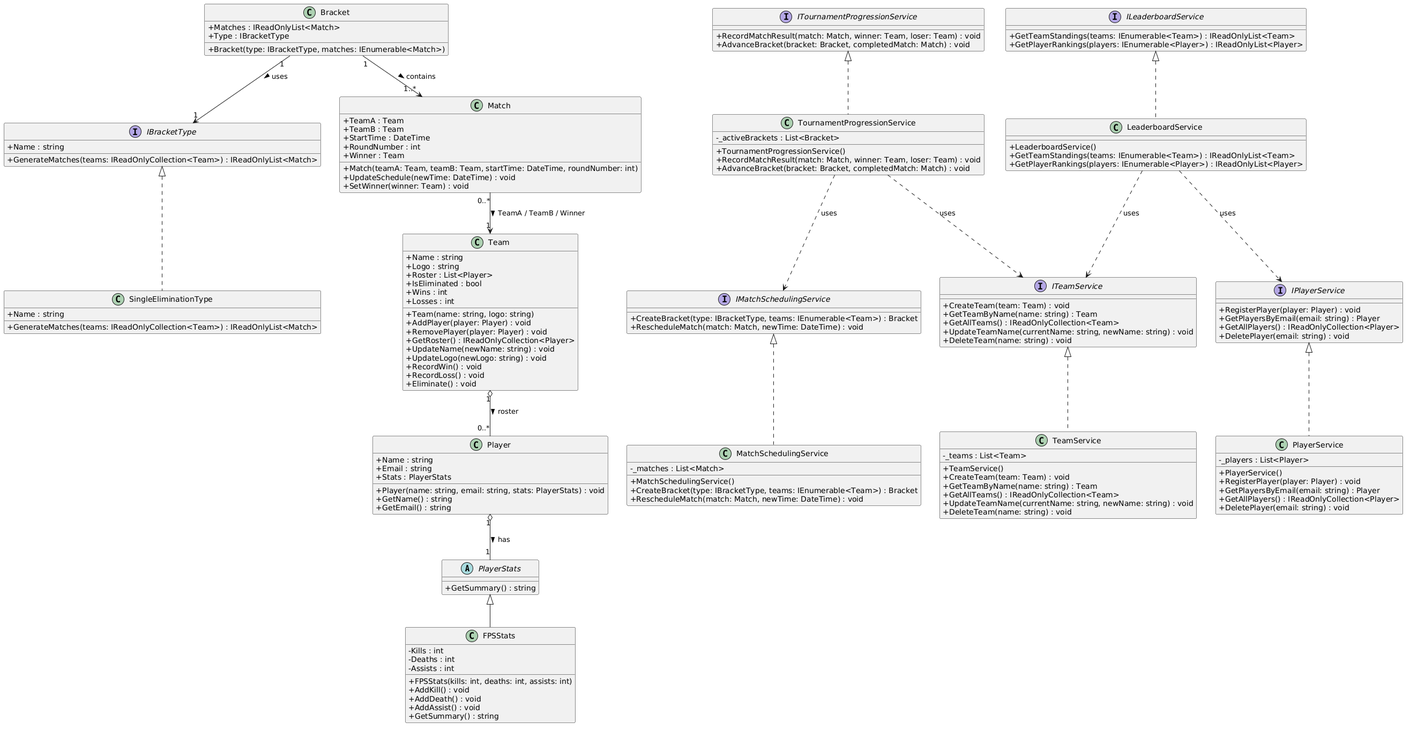
Above: Game-Bracket/Test2Memo_UML.png in linkevin03/Group-7-ITCS-3112 (PlantUML), before the change. Its diagram source:
```plantuml
@startuml
skinparam classAttributeIconSize 0

abstract class PlayerStats {
    + GetSummary() : string
}

class FPSStats {
    - Kills : int
    - Deaths : int
    - Assists : int
    + FPSStats(kills: int, deaths: int, assists: int)
    + AddKill() : void
    + AddDeath() : void
    + AddAssist() : void
    + GetSummary() : string
}

PlayerStats <|-- FPSStats

interface IBracketType {
    + Name : string
    + GenerateMatches(teams: IReadOnlyCollection<Team>) : IReadOnlyList<Match>
}

class SingleEliminationType {
    + Name : string
    + GenerateMatches(teams: IReadOnlyCollection<Team>) : IReadOnlyList<Match>
}

IBracketType <|.. SingleEliminationType

class Player {
    + Name : string
    + Email : string
    + Stats : PlayerStats
    + Player(name: string, email: string, stats: PlayerStats) : void
    + GetName() : string
    + GetEmail() : string
}

class Team {
    + Name : string
    + Logo : string
    + Roster : List<Player>
    + IsEliminated : bool
    + Wins : int
    + Losses : int
    + Team(name: string, logo: string)
    + AddPlayer(player: Player) : void
    + RemovePlayer(player: Player) : void
    + GetRoster() : IReadOnlyCollection<Player>
    + UpdateName(newName: string) : void
    + UpdateLogo(newLogo: string) : void
    + RecordWin() : void
    + RecordLoss() : void
    + Eliminate() : void
}

class Match {
    + TeamA : Team
    + TeamB : Team
    + StartTime : DateTime
    + RoundNumber : int
    + Winner : Team
    + Match(teamA: Team, teamB: Team, startTime: DateTime, roundNumber: int)
    + UpdateSchedule(newTime: DateTime) : void
    + SetWinner(winner: Team) : void
}

class Bracket {
    + Matches : IReadOnlyList<Match>
    + Type : IBracketType
    + Bracket(type: IBracketType, matches: IEnumerable<Match>)
}

interface ITeamService {
    + CreateTeam(team: Team) : void
    + GetTeamByName(name: string) : Team
    + GetAllTeams() : IReadOnlyCollection<Team>
    + UpdateTeamName(currentName: string, newName: string) : void
    + DeleteTeam(name: string) : void
}

class TeamService {
    - _teams : List<Team>
    + TeamService()
    + CreateTeam(team: Team) : void
    + GetTeamByName(name: string) : Team
    + GetAllTeams() : IReadOnlyCollection<Team>
    + UpdateTeamName(currentName: string, newName: string) : void
    + DeleteTeam(name: string) : void
}

ITeamService <|.. TeamService

interface IPlayerService {
    + RegisterPlayer(player: Player) : void
    + GetPlayersByEmail(email: string) : Player
    + GetAllPlayers() : IReadOnlyCollection<Player>
    + DeletePlayer(email: string) : void
}

class PlayerService {
    - _players : List<Player>
    + PlayerService()
    + RegisterPlayer(player: Player) : void
    + GetPlayersByEmail(email: string) : Player
    + GetAllPlayers() : IReadOnlyCollection<Player>
    + DeletePlayer(email: string) : void
}

IPlayerService <|.. PlayerService

interface IMatchSchedulingService {
    + CreateBracket(type: IBracketType, teams: IEnumerable<Team>) : Bracket
    + RescheduleMatch(match: Match, newTime: DateTime) : void
}

class MatchSchedulingService {
    - _matches : List<Match>
    + MatchSchedulingService()
    + CreateBracket(type: IBracketType, teams: IEnumerable<Team>) : Bracket
    + RescheduleMatch(match: Match, newTime: DateTime) : void
}

IMatchSchedulingService <|.. MatchSchedulingService

interface ITournamentProgressionService {
    + RecordMatchResult(match: Match, winner: Team, loser: Team) : void
    + AdvanceBracket(bracket: Bracket, completedMatch: Match) : void
}

class TournamentProgressionService {
    - _activeBrackets : List<Bracket>
    + TournamentProgressionService()
    + RecordMatchResult(match: Match, winner: Team, loser: Team) : void
    + AdvanceBracket(bracket: Bracket, completedMatch: Match) : void
}

ITournamentProgressionService <|.. TournamentProgressionService

interface ILeaderboardService {
    + GetTeamStandings(teams: IEnumerable<Team>) : IReadOnlyList<Team>
    + GetPlayerRankings(players: IEnumerable<Player>) : IReadOnlyList<Player>
}

class LeaderboardService {
    + LeaderboardService()
    + GetTeamStandings(teams: IEnumerable<Team>) : IReadOnlyList<Team>
    + GetPlayerRankings(players: IEnumerable<Player>) : IReadOnlyList<Player>
}

ILeaderboardService <|.. LeaderboardService

Player "1" o-- "1" PlayerStats : has >
Team "1" o-- "0..*" Player : roster >
Match "0..*" --> "1" Team : TeamA / TeamB / Winner >
Bracket "1" --> "1..*" Match : contains >
Bracket "1" --> "1" IBracketType : uses >

TournamentProgressionService ..> IMatchSchedulingService : uses
TournamentProgressionService ..> ITeamService : uses
LeaderboardService ..> ITeamService : uses
LeaderboardService ..> IPlayerService : uses
@enduml
```
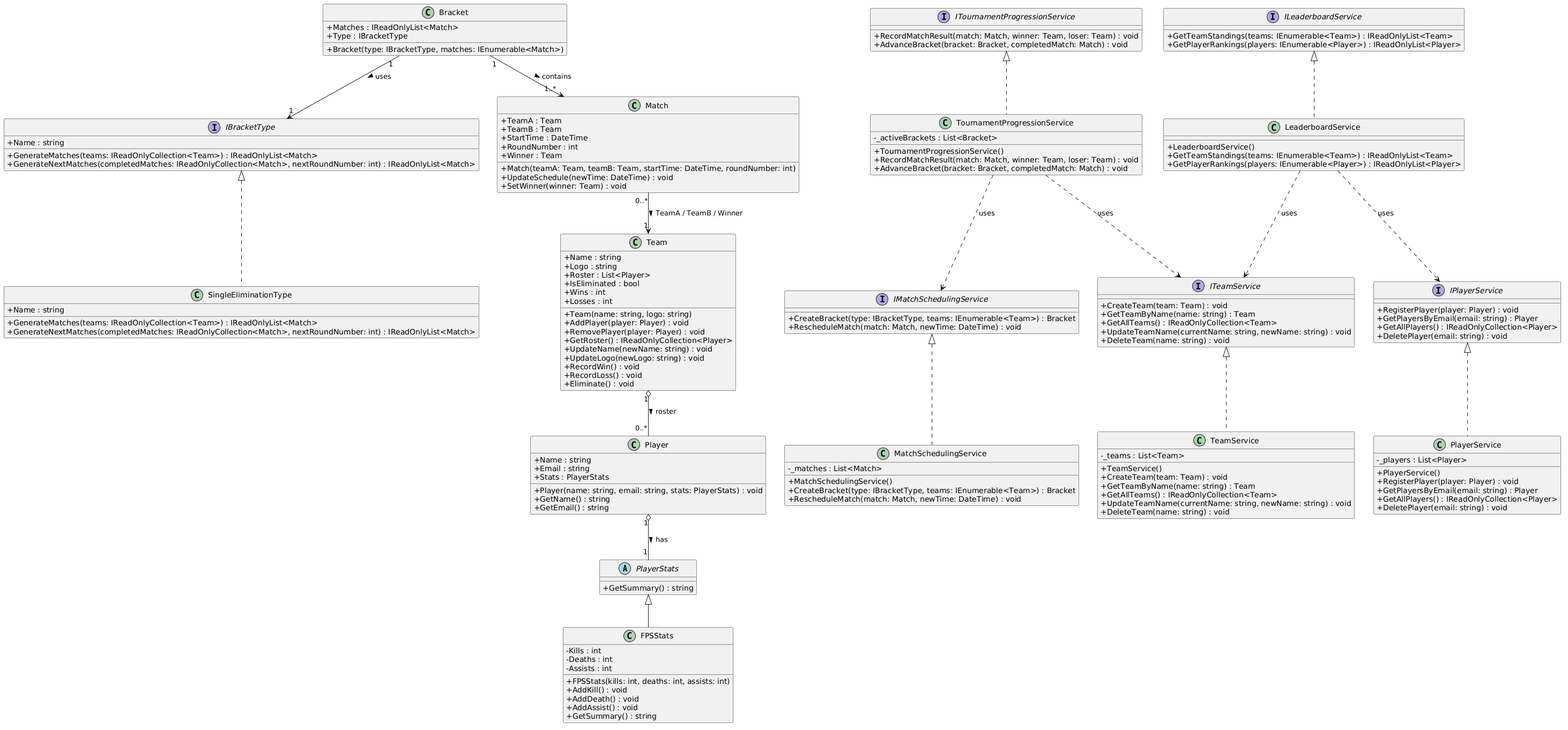
After the commit.

Diff of the diagram source:
```diff
@@ -21,11 +21,13 @@
 interface IBracketType {
     + Name : string
     + GenerateMatches(teams: IReadOnlyCollection<Team>) : IReadOnlyList<Match>
+    + GenerateNextMatches(completedMatches: IReadOnlyCollection<Match>, nextRoundNumber: int) : IReadOnlyList<Match>
 }
 
 class SingleEliminationType {
     + Name : string
     + GenerateMatches(teams: IReadOnlyCollection<Team>) : IReadOnlyList<Match>
+    + GenerateNextMatches(completedMatches: IReadOnlyCollection<Match>, nextRoundNumber: int) : IReadOnlyList<Match>
 }
 
 IBracketType <|.. SingleEliminationType
```
